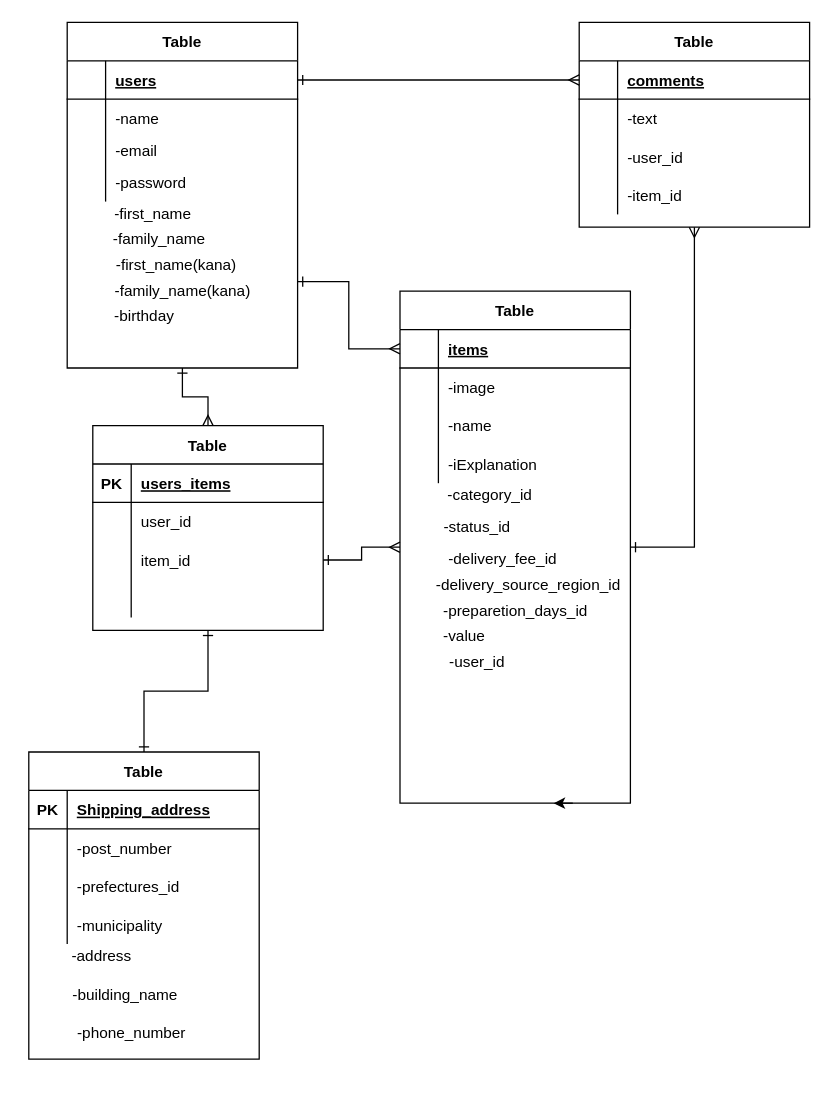
The draw.io diagram furima.dio in takehiko0325/furima-31801, before the edit. Source tidied: cells renumbered, new cells numbered last; positions are measured from the earlier drawing's top-left corner, leaving out a move shared by most shapes. Both pictures are drawn from the tidied source at 128%, with x=0, y=0 at pixel (22, 22).
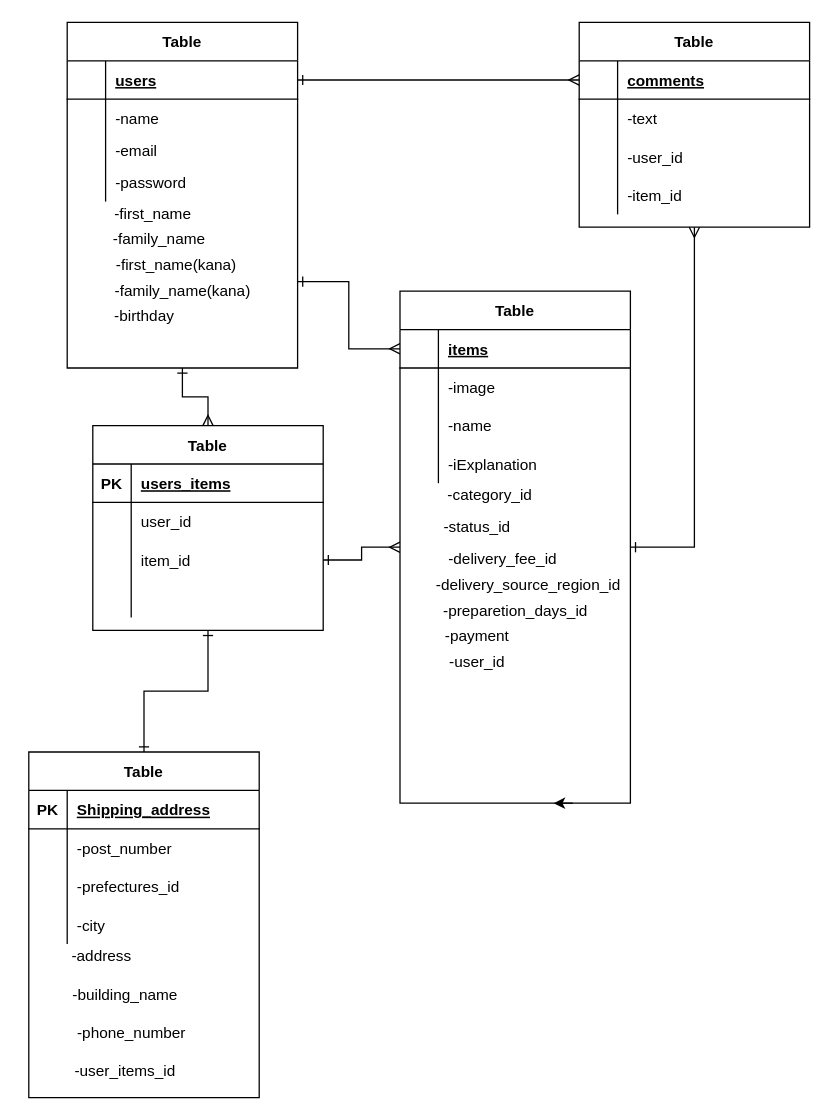
After the change.

Unchanged cells that the change refers to:
```xml
<mxCell id="56" style="shape=partialRectangle;fillColor=none;top=0;left=0;bottom=0;right=0;" parent="46" vertex="1">
  <mxGeometry y="120" width="180" height="30" as="geometry" />
</mxCell>
```

Change to the diagram source:
```diff
@@
-    <mxCell id="41" value="-value" style="text;html=1;align=center;verticalAlign=middle;" parent="1" vertex="1">
-      <mxGeometry x="320" y="470" width="50" height="20" as="geometry" />
+    <mxCell id="41" value="-payment" style="text;html=1;align=center;verticalAlign=middle;" parent="1" vertex="1">
+      <mxGeometry x="325" y="470" width="60" height="20" as="geometry" />
     </mxCell>
@@
     <mxCell id="46" value="Table" style="shape=table;startSize=30;childLayout=tableLayout;rowLines=0;fontStyle=1;align=center;" parent="1" vertex="1">
-      <mxGeometry x="5" y="570" width="180" height="240" as="geometry" />
+      <mxGeometry x="5" y="570" width="180" height="270" as="geometry" />
     </mxCell>
@@
-    <mxCell id="58" value="-municipality" style="shape=partialRectangle;fillColor=none;top=0;left=0;bottom=0;right=0;align=left;spacingLeft=6;overflow=hidden;" parent="56" vertex="1">
+    <mxCell id="58" value="-city" style="shape=partialRectangle;fillColor=none;top=0;left=0;bottom=0;right=0;align=left;spacingLeft=6;overflow=hidden;" parent="56" vertex="1">
       <mxGeometry x="30" width="150" height="30" as="geometry" />
     </mxCell>
@@
+    <mxCell id="89" value="-user_items_id" style="text;html=1;align=center;verticalAlign=middle;" parent="1" vertex="1">
+      <mxGeometry x="35" y="810" width="90" height="20" as="geometry" />
+    </mxCell>
```
